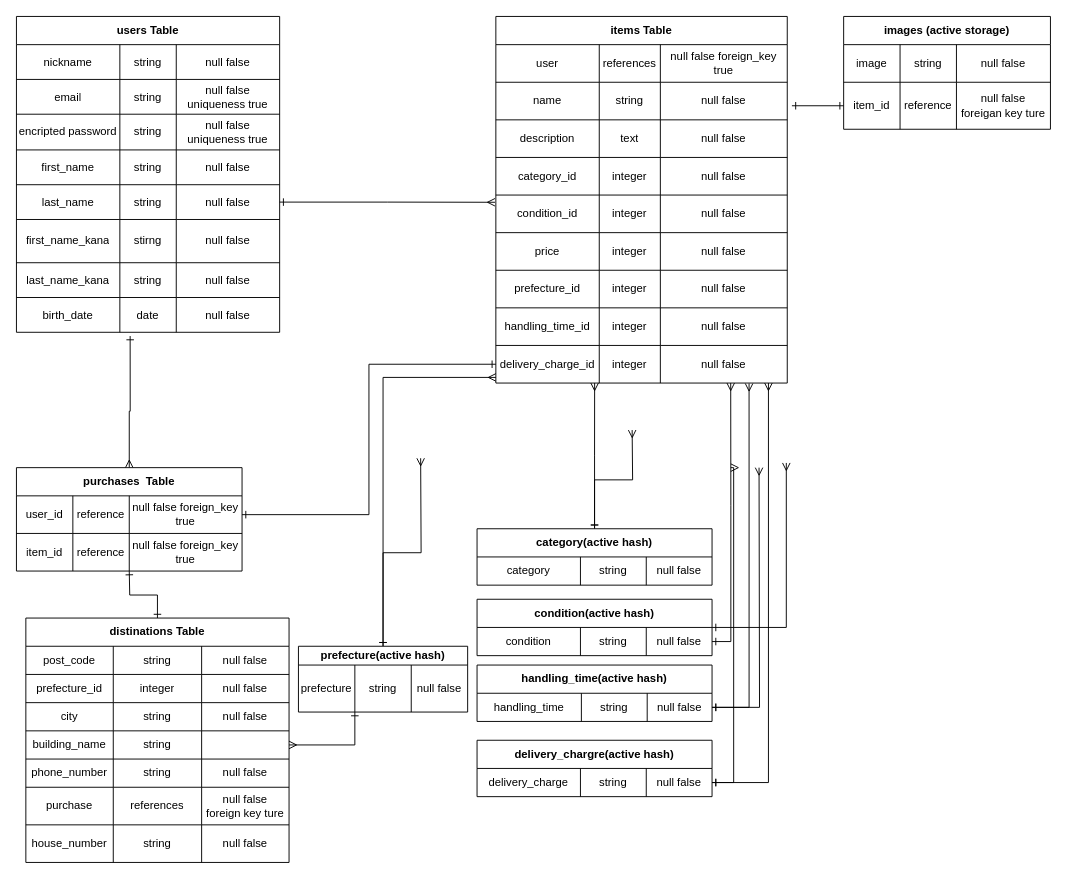
Before: frima.dio in sebadohb/furima-20604, a draw.io diagram. Source tidied: cells renumbered, new cells numbered last; positions are measured from the earlier drawing's top-left corner, leaving out a move shared by most shapes. Both pictures are drawn from the tidied source at 94%, with x=0, y=0 at pixel (16, 16).
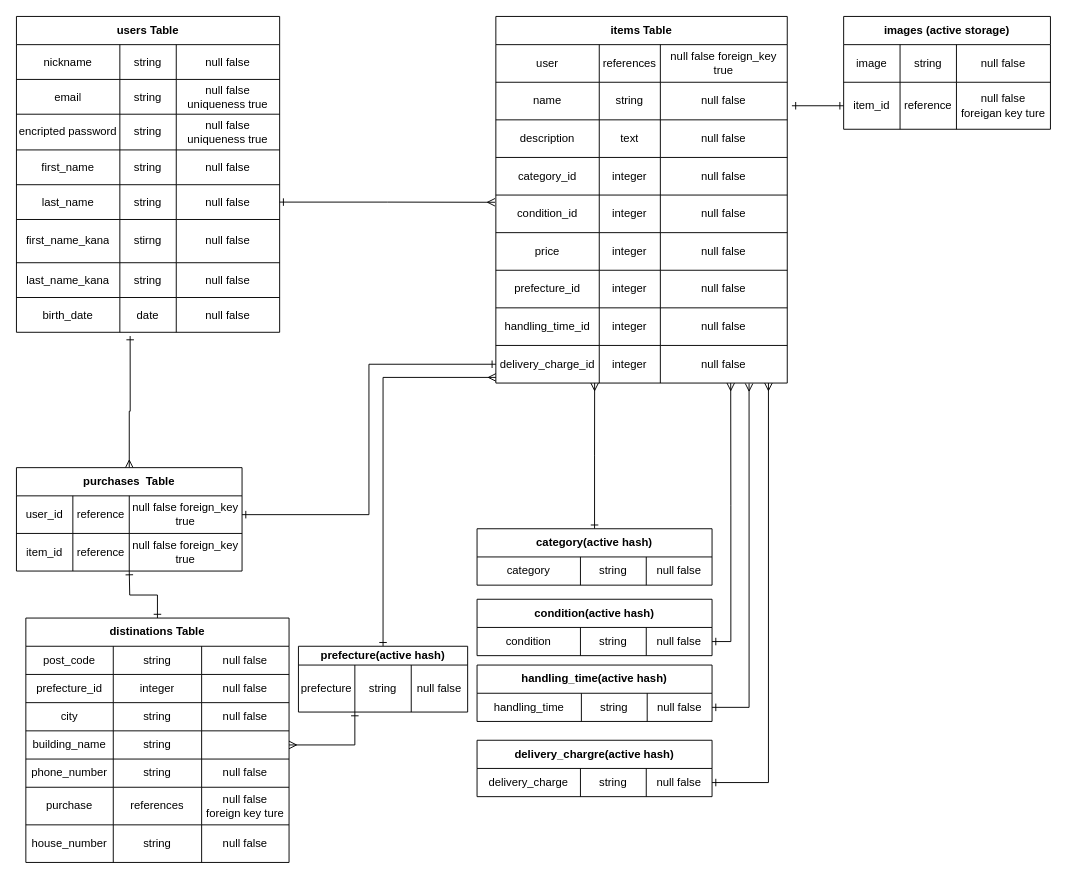
The same page after the edit.

The change refers to these unchanged cells:
```xml
<mxCell id="38" value="prefecture(active hash)" style="shape=table;html=1;whiteSpace=wrap;startSize=20;childLayout=tableLayout;fontStyle=1;align=center;" parent="1" vertex="1">
  <mxGeometry x="300" y="670" width="180" height="70" as="geometry" />
</mxCell>
<mxCell id="44" value="category(active hash)" style="shape=table;html=1;whiteSpace=wrap;startSize=30;childLayout=tableLayout;fontStyle=1;align=center;" parent="1" vertex="1">
  <mxGeometry x="490" y="545" width="250" height="60" as="geometry" />
</mxCell>
<mxCell id="49" value="condition(active hash)" style="shape=table;html=1;whiteSpace=wrap;startSize=30;childLayout=tableLayout;fontStyle=1;align=center;" parent="1" vertex="1">
  <mxGeometry x="490" y="620" width="250" height="60" as="geometry" />
</mxCell>
<mxCell id="55" style="shape=partialRectangle;html=1;whiteSpace=wrap;fillColor=none;top=0;left=0;bottom=0;right=0;points=[[0,0.5],[1,0.5]];portConstraint=eastwest;" parent="54" vertex="1">
  <mxGeometry y="30" width="250" height="30" as="geometry" />
</mxCell>
<mxCell id="60" style="shape=partialRectangle;html=1;whiteSpace=wrap;fillColor=none;top=0;left=0;bottom=0;right=0;points=[[0,0.5],[1,0.5]];portConstraint=eastwest;" parent="59" vertex="1">
  <mxGeometry y="30" width="250" height="30" as="geometry" />
</mxCell>
```

Diff of the diagram source:
```diff
@@
-    <mxCell id="34" style="edgeStyle=orthogonalEdgeStyle;rounded=0;jettySize=auto;html=1;startArrow=ERone;startFill=0;endArrow=ERmany;endFill=0;" parent="1" edge="1" source="38">
-      <mxGeometry relative="1" as="geometry">
-        <mxPoint x="430" y="470" as="targetPoint" />
-      </mxGeometry>
-    </mxCell>
-    <mxCell id="35" style="edgeStyle=orthogonalEdgeStyle;rounded=0;jettySize=auto;html=1;startArrow=ERone;startFill=0;endArrow=ERmany;endFill=0;entryX=0.997;entryY=1;entryDx=0;entryDy=0;entryPerimeter=0;" parent="1" edge="1" source="49">
-      <mxGeometry relative="1" as="geometry">
-        <mxPoint x="819" y="475" as="targetPoint" />
-        <Array as="points">
-          <mxPoint x="819" y="650" />
-        </Array>
-      </mxGeometry>
-    </mxCell>
-    <mxCell id="36" style="edgeStyle=orthogonalEdgeStyle;rounded=0;jettySize=auto;html=1;startArrow=ERone;startFill=0;endArrow=ERmany;endFill=0;entryX=0.468;entryY=1;entryDx=0;entryDy=0;entryPerimeter=0;" parent="1" edge="1" source="44">
-      <mxGeometry relative="1" as="geometry">
-        <mxPoint x="655" y="440" as="targetPoint" />
-      </mxGeometry>
-    </mxCell>
@@
-    <mxCell id="64" style="edgeStyle=orthogonalEdgeStyle;rounded=0;jettySize=auto;html=1;startArrow=ERone;startFill=0;endArrow=ERmany;endFill=0;entryX=0.816;entryY=1.025;entryDx=0;entryDy=0;entryPerimeter=0;" parent="1" edge="1" source="60">
-      <mxGeometry relative="1" as="geometry">
-        <mxPoint x="760" y="480" as="targetPoint" />
-        <Array as="points">
-          <mxPoint x="763" y="815" />
-        </Array>
-      </mxGeometry>
-    </mxCell>
@@
-    <mxCell id="102" style="edgeStyle=orthogonalEdgeStyle;rounded=0;jettySize=auto;html=1;startArrow=ERone;startFill=0;endArrow=ERmany;endFill=0;entryX=0.871;entryY=1;entryDx=0;entryDy=0;entryPerimeter=0;" parent="1" edge="1" source="55">
-      <mxGeometry relative="1" as="geometry">
-        <mxPoint x="790" y="480" as="targetPoint" />
-      </mxGeometry>
-    </mxCell>
```
